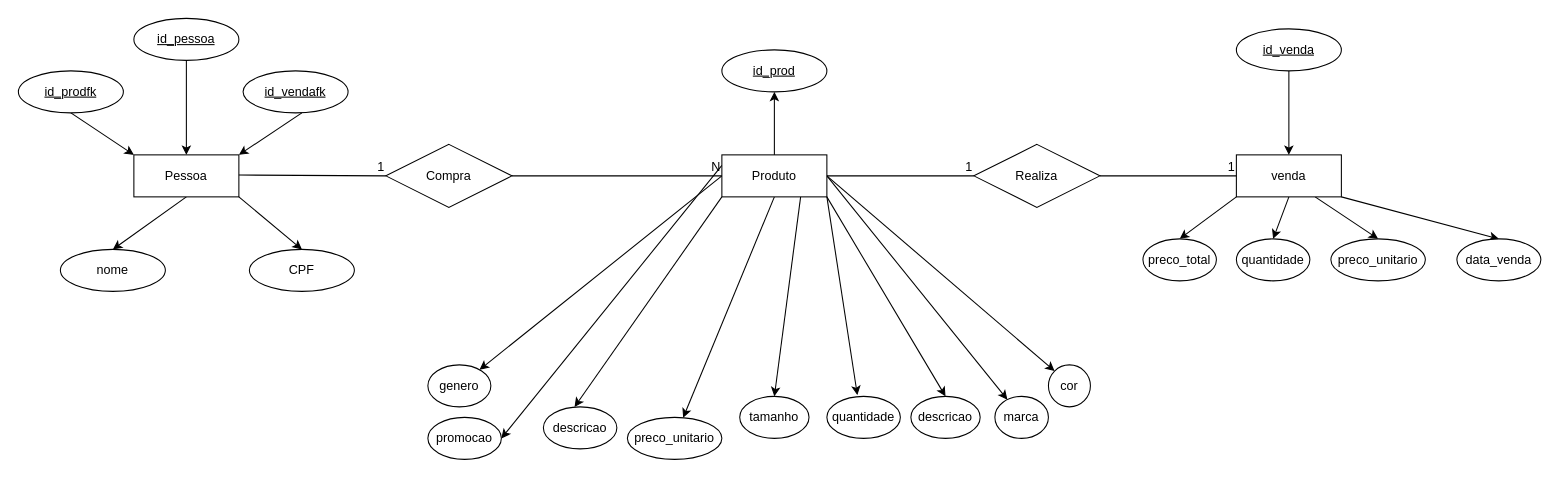
arthurresendes/fashion_stock keeps this draw.io diagram as Programa/banco_dados/Modelagem/fashiodb.drawio. Above is the earlier version. Source tidied: cells renumbered, new cells numbered last; positions are measured from the earlier drawing's top-left corner, leaving out a move shared by most shapes. Both pictures are drawn from the tidied source at 105%, with x=0, y=0 at pixel (18, 18).
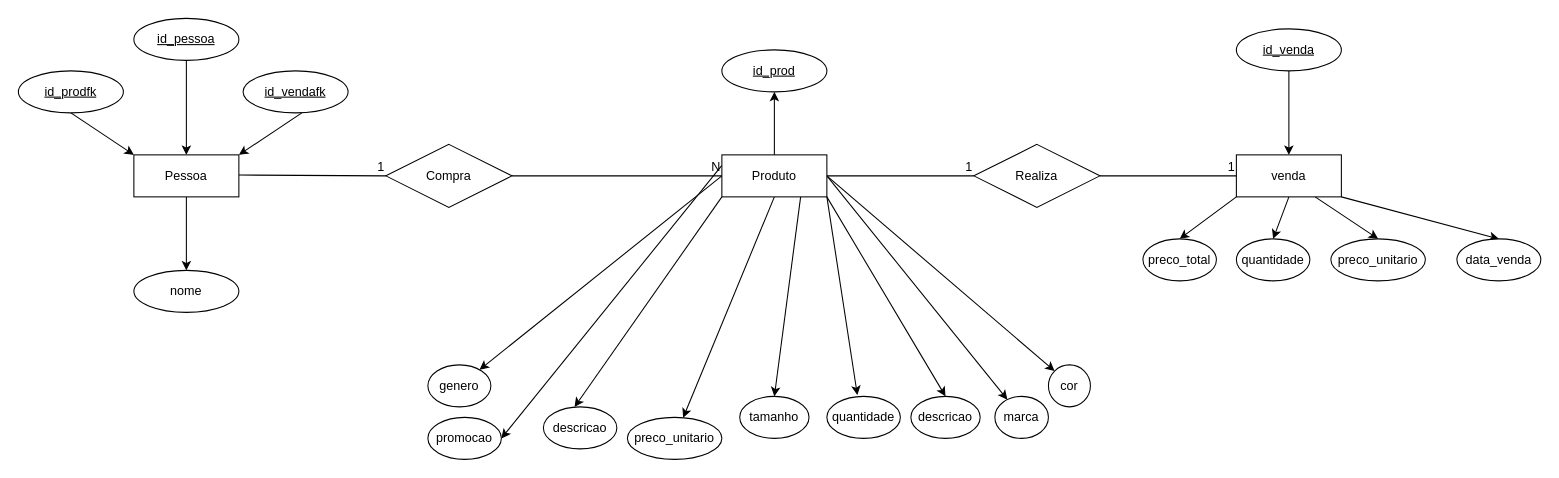
The same diagram, later.

Diff of the diagram source:
```diff
@@
-    <mxCell id="11" style="edgeStyle=none;html=1;exitX=0.5;exitY=1;exitDx=0;exitDy=0;entryX=0.5;entryY=0;entryDx=0;entryDy=0;" parent="1" edge="1" target="48">
-      <mxGeometry relative="1" as="geometry">
-        <mxPoint x="210" y="170" as="sourcePoint" />
-      </mxGeometry>
-    </mxCell>
@@
     <mxCell id="33" value="nome" style="ellipse;whiteSpace=wrap;html=1;align=center;" parent="1" vertex="1">
-      <mxGeometry x="40" y="220" width="100" height="40" as="geometry" />
+      <mxGeometry x="110" y="240" width="100" height="40" as="geometry" />
     </mxCell>
@@
-    <mxCell id="48" value="CPF" style="ellipse;whiteSpace=wrap;html=1;align=center;" parent="1" vertex="1">
-      <mxGeometry x="220" y="220" width="100" height="40" as="geometry" />
-    </mxCell>
```
